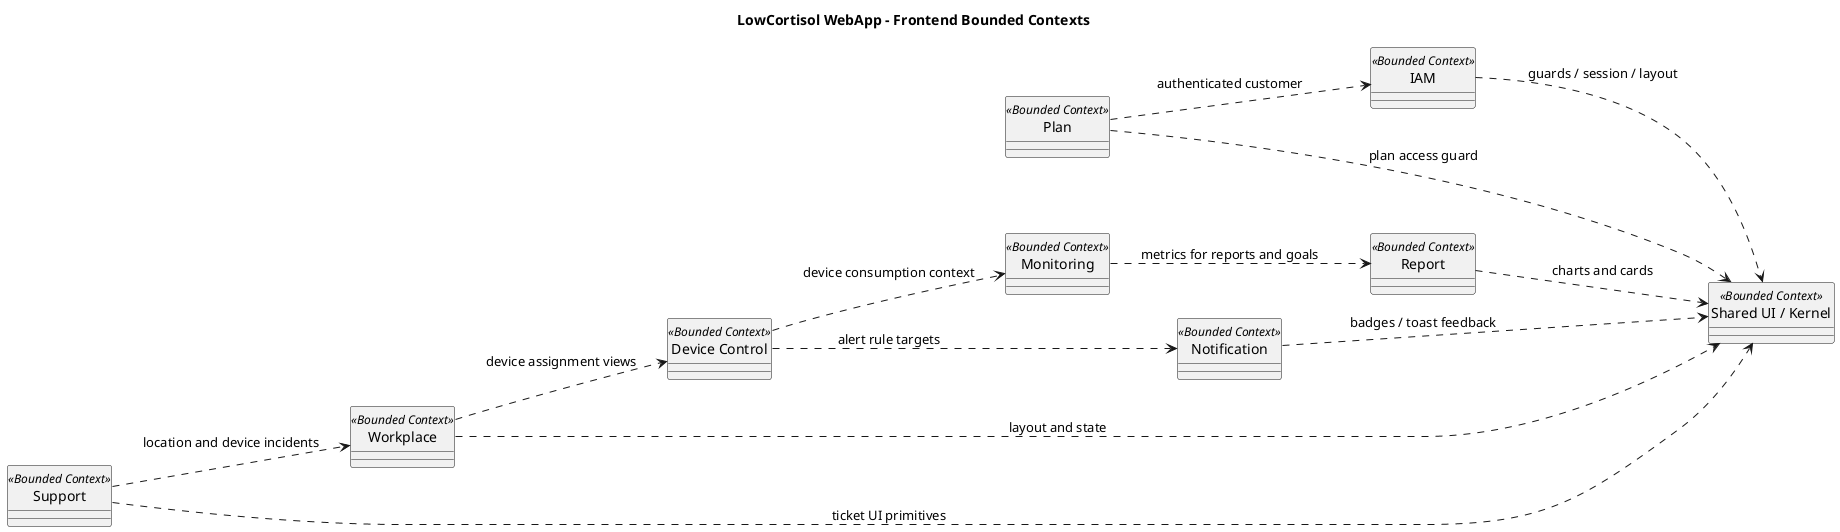
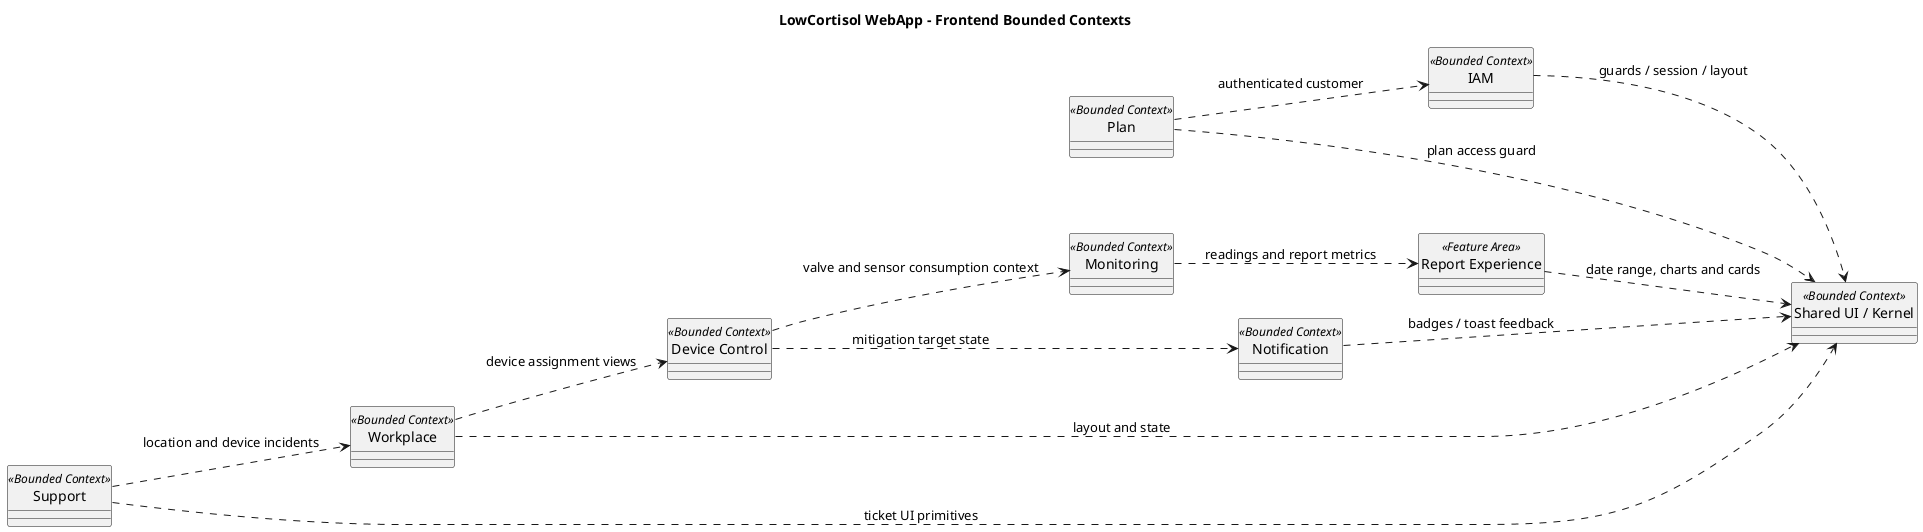
@startuml
title LowCortisol WebApp - Frontend Bounded Contexts
left to right direction
skinparam packageStyle rectangle
skinparam shadowing false
skinparam classAttributeIconSize 0
hide circle

class "IAM" as FrontendIAM <<Bounded Context>> {}
class "Plan" as FrontendPlan <<Bounded Context>> {}
class "Workplace" as FrontendWorkplace <<Bounded Context>> {}
class "Device Control" as FrontendDeviceControl <<Bounded Context>> {}
class "Monitoring" as FrontendMonitoring <<Bounded Context>> {}
class "Notification" as FrontendNotification <<Bounded Context>> {}
- class "Report" as FrontendReport <<Bounded Context>> {}
+ class "Report Experience" as FrontendReport <<Feature Area>> {}
class "Support" as FrontendSupport <<Bounded Context>> {}
class "Shared UI / Kernel" as FrontendShared <<Bounded Context>> {}

FrontendIAM ..> FrontendShared : guards / session / layout
FrontendPlan ..> FrontendIAM : authenticated customer
FrontendPlan ..> FrontendShared : plan access guard
FrontendWorkplace ..> FrontendShared : layout and state
FrontendWorkplace ..> FrontendDeviceControl : device assignment views
- FrontendDeviceControl ..> FrontendMonitoring : device consumption context
- FrontendDeviceControl ..> FrontendNotification : alert rule targets
- FrontendMonitoring ..> FrontendReport : metrics for reports and goals
+ FrontendDeviceControl ..> FrontendMonitoring : valve and sensor consumption context
+ FrontendDeviceControl ..> FrontendNotification : mitigation target state
+ FrontendMonitoring ..> FrontendReport : readings and report metrics
FrontendNotification ..> FrontendShared : badges / toast feedback
- FrontendReport ..> FrontendShared : charts and cards
+ FrontendReport ..> FrontendShared : date range, charts and cards
FrontendSupport ..> FrontendWorkplace : location and device incidents
FrontendSupport ..> FrontendShared : ticket UI primitives

@enduml
